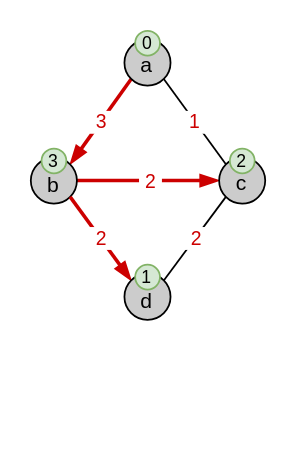
This is img/Fig_MST.drawio from tahiri-lab/PrismTree, a draw.io file, before an edit. Source tidied: cells renumbered, new cells numbered last; positions are measured from the earlier drawing's top-left corner, leaving out a move shared by most shapes. Both pictures are drawn from the tidied source at 176%, with x=0, y=0 at pixel (30, 30).
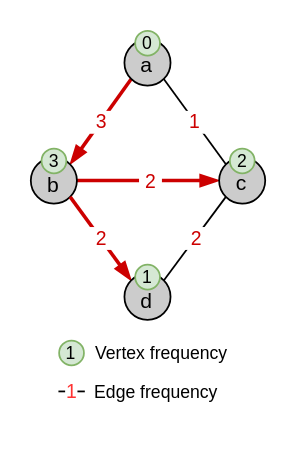
Above is the later version.

Change to the diagram source:
```diff
@@
-    <mxCell id="16" value="3" style="ellipse;whiteSpace=wrap;html=1;fillColor=#d5e8d4;strokeColor=#82b366;fontSize=10;" parent="1" vertex="1">
+    <mxCell id="16" value="3" style="ellipse;whiteSpace=wrap;html=1;fillColor=#d5e8d4;strokeColor=#82b366;fontSize=10;spacingLeft=1;" parent="1" vertex="1">
       <mxGeometry x="6.1" y="66.9" width="14.1" height="14.1" as="geometry" />
     </mxCell>
-    <mxCell id="17" value="2" style="ellipse;whiteSpace=wrap;html=1;fillColor=#d5e8d4;strokeColor=#82b366;fontSize=10;" parent="1" vertex="1">
+    <mxCell id="17" value="2" style="ellipse;whiteSpace=wrap;html=1;fillColor=#d5e8d4;strokeColor=#82b366;fontSize=10;spacingLeft=1;" parent="1" vertex="1">
       <mxGeometry x="113.1" y="66.9" width="14.1" height="14.1" as="geometry" />
     </mxCell>
@@
-    <mxCell id="19" value="1" style="ellipse;whiteSpace=wrap;html=1;fillColor=#d5e8d4;strokeColor=#82b366;fontSize=10;" parent="1" vertex="1">
+    <mxCell id="19" value="1" style="ellipse;whiteSpace=wrap;html=1;fillColor=#d5e8d4;strokeColor=#82b366;fontSize=10;spacingLeft=1;" parent="1" vertex="1">
       <mxGeometry x="59.3" y="132.9" width="14.1" height="14.1" as="geometry" />
     </mxCell>
+    <mxCell id="20" style="rounded=0;orthogonalLoop=1;jettySize=auto;html=1;endArrow=none;endFill=0;elbow=vertical;curved=1;" parent="1" edge="1">
+      <mxGeometry relative="1" as="geometry">
+        <mxPoint x="30.7" y="204.9" as="sourcePoint" />
+        <mxPoint x="15.7" y="204.9" as="targetPoint" />
+      </mxGeometry>
+    </mxCell>
+    <mxCell id="21" value="1" style="edgeLabel;html=1;align=center;verticalAlign=middle;fontColor=#FF3333;fontStyle=0;" parent="20" vertex="1">
+      <mxGeometry x="-0.06" y="-2" relative="1" as="geometry">
+        <mxPoint x="-1" y="2" as="offset" />
+      </mxGeometry>
+    </mxCell>
+    <mxCell id="22" value="Edge frequency" style="text;html=1;align=center;verticalAlign=middle;strokeColor=none;fillColor=none;fontSize=10;" parent="1" vertex="1">
+      <mxGeometry x="26" y="190" width="90" height="30" as="geometry" />
+    </mxCell>
+    <mxCell id="23" value="Vertex frequency" style="text;html=1;align=center;verticalAlign=middle;strokeColor=none;fillColor=none;fontSize=10;" parent="1" vertex="1">
+      <mxGeometry x="23.6" y="168" width="100" height="30" as="geometry" />
+    </mxCell>
+    <mxCell id="24" value="1" style="ellipse;whiteSpace=wrap;html=1;fillColor=#d5e8d4;strokeColor=#82b366;fontSize=10;" parent="1" vertex="1">
+      <mxGeometry x="16.1" y="176" width="14.1" height="14.1" as="geometry" />
+    </mxCell>
```
